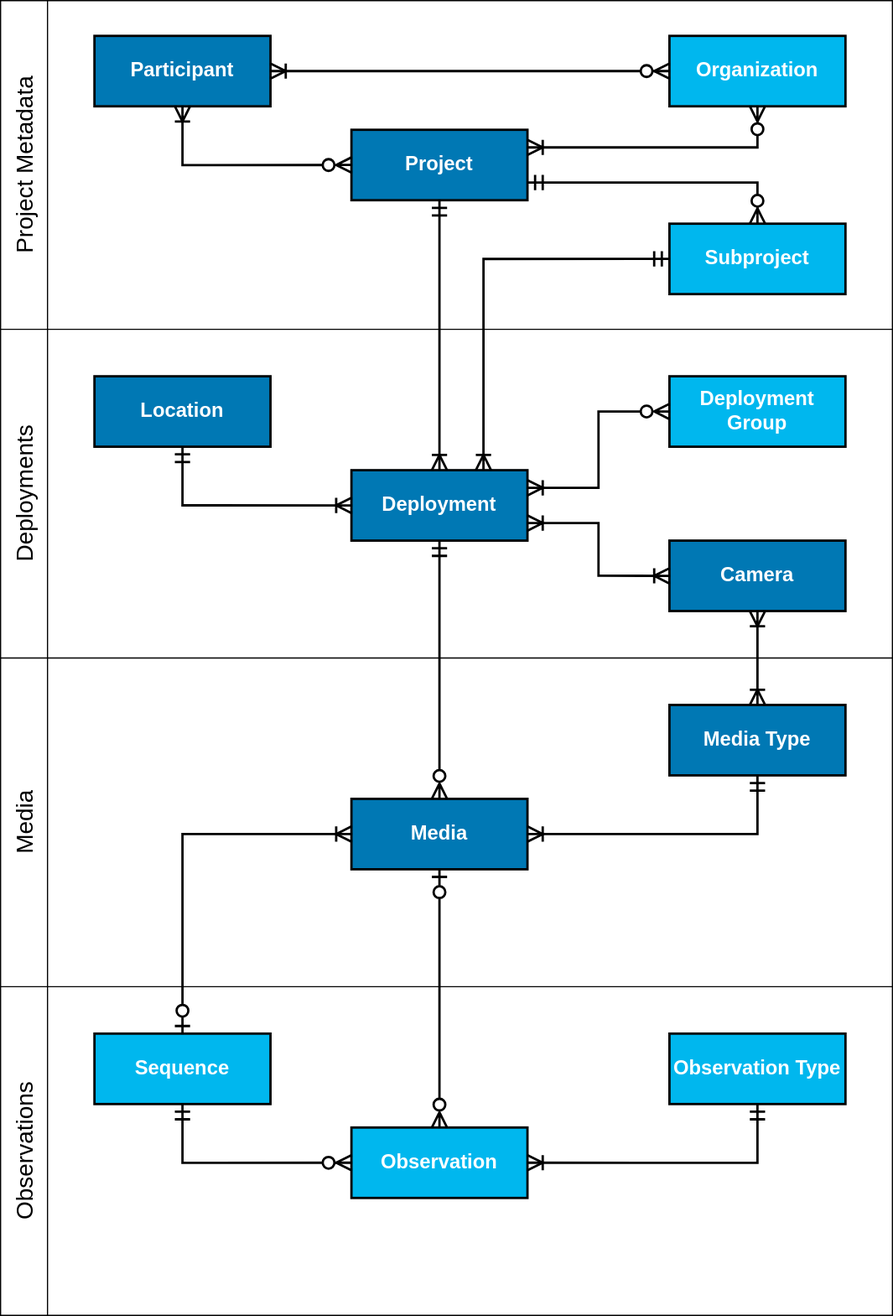
The draw.io diagram img/web/class-diagram.svg in gbif/doc-camera-trap-guide, before a commit. Source tidied: cells renumbered, new cells last; positions are measured from the earlier drawing's top-left corner, leaving out a move shared by most shapes. Its diagram source:
```xml
<mxGraphModel>
  <root>
    <mxCell id="0" />
    <mxCell id="1" parent="0" />
    <mxCell id="2" style="shape=table;startSize=0;fillColor=none;" parent="1" vertex="1">
      <mxGeometry width="760" height="1120" as="geometry" />
    </mxCell>
    <mxCell id="3" style="shape=tableRow;horizontal=0;startSize=0;swimlaneHead=0;swimlaneBody=0;strokeColor=inherit;top=0;left=0;bottom=0;right=0;fillColor=none;" parent="2" vertex="1">
      <mxGeometry width="760" height="280" as="geometry" />
    </mxCell>
    <mxCell id="4" value="Project Metadata" style="shape=partialRectangle;html=1;whiteSpace=wrap;strokeColor=inherit;overflow=hidden;fillColor=none;top=0;left=0;bottom=0;right=0;horizontal=0;fontSize=20;" parent="3" vertex="1">
      <mxGeometry width="40" height="280" as="geometry" />
    </mxCell>
    <mxCell id="5" style="shape=partialRectangle;html=1;whiteSpace=wrap;strokeColor=inherit;overflow=hidden;fillColor=none;top=0;left=0;bottom=0;right=0;" parent="3" vertex="1">
      <mxGeometry x="40" width="720" height="280" as="geometry" />
    </mxCell>
    <mxCell id="6" style="shape=tableRow;horizontal=0;startSize=0;swimlaneHead=0;swimlaneBody=0;strokeColor=inherit;top=0;left=0;bottom=0;right=0;fillColor=none;" parent="2" vertex="1">
      <mxGeometry y="280" width="760" height="280" as="geometry" />
    </mxCell>
    <mxCell id="7" value="Deployments" style="shape=partialRectangle;html=1;whiteSpace=wrap;strokeColor=inherit;overflow=hidden;fillColor=none;top=0;left=0;bottom=0;right=0;horizontal=0;fontSize=20;" parent="6" vertex="1">
      <mxGeometry width="40" height="280" as="geometry" />
    </mxCell>
    <mxCell id="8" style="shape=partialRectangle;html=1;whiteSpace=wrap;strokeColor=inherit;overflow=hidden;fillColor=none;top=0;left=0;bottom=0;right=0;" parent="6" vertex="1">
      <mxGeometry x="40" width="720" height="280" as="geometry" />
    </mxCell>
    <mxCell id="9" style="shape=tableRow;horizontal=0;startSize=0;swimlaneHead=0;swimlaneBody=0;strokeColor=inherit;top=0;left=0;bottom=0;right=0;fillColor=none;" parent="2" vertex="1">
      <mxGeometry y="560" width="760" height="280" as="geometry" />
    </mxCell>
    <mxCell id="10" value="Media" style="shape=partialRectangle;html=1;whiteSpace=wrap;strokeColor=inherit;overflow=hidden;fillColor=none;top=0;left=0;bottom=0;right=0;horizontal=0;fontSize=20;" parent="9" vertex="1">
      <mxGeometry width="40" height="280" as="geometry" />
    </mxCell>
    <mxCell id="11" style="shape=partialRectangle;html=1;whiteSpace=wrap;strokeColor=inherit;overflow=hidden;fillColor=none;top=0;left=0;bottom=0;right=0;" parent="9" vertex="1">
      <mxGeometry x="40" width="720" height="280" as="geometry" />
    </mxCell>
    <mxCell id="12" style="shape=tableRow;horizontal=0;startSize=0;swimlaneHead=0;swimlaneBody=0;strokeColor=inherit;top=0;left=0;bottom=0;right=0;fillColor=none;" parent="2" vertex="1">
      <mxGeometry y="840" width="760" height="280" as="geometry" />
    </mxCell>
    <mxCell id="13" value="Observations" style="shape=partialRectangle;html=1;whiteSpace=wrap;strokeColor=inherit;overflow=hidden;fillColor=none;top=0;left=0;bottom=0;right=0;horizontal=0;fontSize=20;" parent="12" vertex="1">
      <mxGeometry width="40" height="280" as="geometry" />
    </mxCell>
    <mxCell id="14" style="shape=partialRectangle;html=1;whiteSpace=wrap;strokeColor=inherit;overflow=hidden;fillColor=none;top=0;left=0;bottom=0;right=0;" parent="12" vertex="1">
      <mxGeometry x="40" width="720" height="280" as="geometry" />
    </mxCell>
    <mxCell id="15" value="Participant" style="whiteSpace=wrap;html=1;align=center;fillColor=#0078B4;fontColor=#FFFFFF;fontStyle=1;fontSize=17;perimeterSpacing=0;strokeWidth=2;" parent="1" vertex="1">
      <mxGeometry x="80" y="30" width="150" height="60" as="geometry" />
    </mxCell>
    <mxCell id="16" value="Project" style="whiteSpace=wrap;html=1;align=center;fillColor=#0078B4;fontColor=#FFFFFF;fontStyle=1;fontSize=17;perimeterSpacing=0;strokeWidth=2;" parent="1" vertex="1">
      <mxGeometry x="299" y="110" width="150" height="60" as="geometry" />
    </mxCell>
    <mxCell id="17" value="Organization" style="whiteSpace=wrap;html=1;align=center;fillColor=#00B7EE;fontColor=#FFFFFF;fontStyle=1;fontSize=17;perimeterSpacing=0;strokeWidth=2;" parent="1" vertex="1">
      <mxGeometry x="570" y="30" width="150" height="60" as="geometry" />
    </mxCell>
    <mxCell id="18" value="Subproject" style="whiteSpace=wrap;html=1;align=center;fillColor=#00B7EE;fontColor=#FFFFFF;fontStyle=1;fontSize=17;perimeterSpacing=0;strokeWidth=2;" parent="1" vertex="1">
      <mxGeometry x="570" y="190" width="150" height="60" as="geometry" />
    </mxCell>
    <mxCell id="19" value="Location" style="whiteSpace=wrap;html=1;align=center;fillColor=#0078B4;fontColor=#FFFFFF;fontStyle=1;fontSize=17;perimeter=ellipsePerimeter;strokeWidth=2;" parent="1" vertex="1">
      <mxGeometry x="80" y="320" width="150" height="60" as="geometry" />
    </mxCell>
    <mxCell id="20" value="Deployment" style="whiteSpace=wrap;html=1;align=center;fillColor=#0078B4;fontColor=#FFFFFF;fontStyle=1;fontSize=17;rounded=0;perimeter=rectanglePerimeter;strokeWidth=2;" parent="1" vertex="1">
      <mxGeometry x="299" y="400" width="150" height="60" as="geometry" />
    </mxCell>
    <mxCell id="21" value="Deployment Group" style="whiteSpace=wrap;html=1;align=center;fillColor=#00B7EE;fontColor=#FFFFFF;fontStyle=1;fontSize=17;perimeter=ellipsePerimeter;strokeWidth=2;" parent="1" vertex="1">
      <mxGeometry x="570" y="320" width="150" height="60" as="geometry" />
    </mxCell>
    <mxCell id="22" value="Camera" style="whiteSpace=wrap;html=1;align=center;fillColor=#0078B4;fontColor=#FFFFFF;fontStyle=1;fontSize=17;perimeter=ellipsePerimeter;strokeWidth=2;" parent="1" vertex="1">
      <mxGeometry x="570" y="460" width="150" height="60" as="geometry" />
    </mxCell>
    <mxCell id="23" value="Media Type" style="whiteSpace=wrap;html=1;align=center;fillColor=#0078B4;fontColor=#FFFFFF;fontStyle=1;fontSize=17;strokeWidth=2;" parent="1" vertex="1">
      <mxGeometry x="570" y="600" width="150" height="60" as="geometry" />
    </mxCell>
    <mxCell id="24" value="Media" style="whiteSpace=wrap;html=1;align=center;fillColor=#0078B4;fontColor=#FFFFFF;fontStyle=1;fontSize=17;strokeWidth=2;" parent="1" vertex="1">
      <mxGeometry x="299" y="680" width="150" height="60" as="geometry" />
    </mxCell>
    <mxCell id="25" value="Observation Type" style="whiteSpace=wrap;html=1;align=center;fillColor=#00B7EE;fontColor=#FFFFFF;fontStyle=1;fontSize=17;strokeWidth=2;" parent="1" vertex="1">
      <mxGeometry x="570" y="880" width="150" height="60" as="geometry" />
    </mxCell>
    <mxCell id="26" value="Observation" style="whiteSpace=wrap;html=1;align=center;fillColor=#00B7EE;fontColor=#FFFFFF;fontStyle=1;fontSize=17;strokeWidth=2;" parent="1" vertex="1">
      <mxGeometry x="299" y="960" width="150" height="60" as="geometry" />
    </mxCell>
    <mxCell id="27" value="Sequence" style="whiteSpace=wrap;html=1;align=center;fillColor=#00B7EE;fontColor=#FFFFFF;fontStyle=1;fontSize=17;strokeWidth=2;" parent="1" vertex="1">
      <mxGeometry x="80" y="880" width="150" height="60" as="geometry" />
    </mxCell>
    <mxCell id="28" style="edgeStyle=orthogonalEdgeStyle;fontSize=12;html=1;endArrow=ERzeroToMany;endFill=1;rounded=0;entryX=0;entryY=0.5;entryDx=0;entryDy=0;exitX=1;exitY=0.5;exitDx=0;exitDy=0;startArrow=ERoneToMany;startFill=0;endSize=10;targetPerimeterSpacing=0;startSize=10;strokeWidth=2;" parent="1" edge="1" source="15" target="17">
      <mxGeometry relative="1" as="geometry" />
    </mxCell>
    <mxCell id="29" style="fontSize=12;html=1;endArrow=ERzeroToMany;endFill=1;rounded=0;entryX=0.5;entryY=1;entryDx=0;entryDy=0;startArrow=ERoneToMany;startFill=0;endSize=10;startSize=10;strokeWidth=2;edgeStyle=orthogonalEdgeStyle;exitX=1;exitY=0.25;exitDx=0;exitDy=0;" parent="1" edge="1" source="16" target="17">
      <mxGeometry relative="1" as="geometry" />
    </mxCell>
    <mxCell id="30" style="edgeStyle=orthogonalEdgeStyle;fontSize=12;html=1;endArrow=ERzeroToMany;endFill=1;rounded=0;exitX=1;exitY=0.75;exitDx=0;exitDy=0;entryX=0.5;entryY=0;entryDx=0;entryDy=0;endSize=10;startSize=10;strokeWidth=2;startArrow=ERmandOne;startFill=0;" parent="1" edge="1" source="16" target="18">
      <mxGeometry relative="1" as="geometry" />
    </mxCell>
    <mxCell id="31" style="edgeStyle=orthogonalEdgeStyle;fontSize=12;html=1;endArrow=ERoneToMany;rounded=0;exitX=0;exitY=0.5;exitDx=0;exitDy=0;entryX=0.5;entryY=1;entryDx=0;entryDy=0;endSize=10;startSize=10;strokeWidth=2;startArrow=ERzeroToMany;startFill=0;" parent="1" edge="1" source="16" target="15">
      <mxGeometry relative="1" as="geometry" />
    </mxCell>
    <mxCell id="32" style="edgeStyle=orthogonalEdgeStyle;fontSize=12;html=1;endArrow=ERoneToMany;endFill=0;rounded=0;exitX=0.5;exitY=1;exitDx=0;exitDy=0;entryX=0.5;entryY=0;entryDx=0;entryDy=0;endSize=10;startSize=10;strokeWidth=2;startArrow=ERmandOne;startFill=0;" parent="1" edge="1" source="16" target="20">
      <mxGeometry relative="1" as="geometry" />
    </mxCell>
    <mxCell id="33" style="edgeStyle=orthogonalEdgeStyle;fontSize=12;html=1;endArrow=ERoneToMany;rounded=0;exitX=0;exitY=0.5;exitDx=0;exitDy=0;entryX=1;entryY=0.25;entryDx=0;entryDy=0;endSize=10;startSize=10;strokeWidth=2;startArrow=ERzeroToMany;startFill=0;" parent="1" edge="1" source="21" target="20">
      <mxGeometry relative="1" as="geometry" />
    </mxCell>
    <mxCell id="34" style="edgeStyle=orthogonalEdgeStyle;fontSize=12;html=1;endArrow=ERoneToMany;endFill=0;rounded=0;exitX=0.5;exitY=1;exitDx=0;exitDy=0;entryX=0;entryY=0.5;entryDx=0;entryDy=0;endSize=10;startSize=10;strokeWidth=2;startArrow=ERmandOne;startFill=0;" parent="1" edge="1" source="19" target="20">
      <mxGeometry relative="1" as="geometry" />
    </mxCell>
    <mxCell id="35" style="edgeStyle=orthogonalEdgeStyle;fontSize=12;html=1;endArrow=ERoneToMany;endFill=0;rounded=0;exitX=0;exitY=0.5;exitDx=0;exitDy=0;entryX=0.75;entryY=0;entryDx=0;entryDy=0;endSize=10;startSize=10;strokeWidth=2;startArrow=ERmandOne;startFill=0;" parent="1" edge="1" source="18" target="20">
      <mxGeometry relative="1" as="geometry" />
    </mxCell>
    <mxCell id="36" style="edgeStyle=orthogonalEdgeStyle;fontSize=12;html=1;endArrow=ERoneToMany;endFill=0;rounded=0;exitX=1;exitY=0.75;exitDx=0;exitDy=0;entryX=0;entryY=0.5;entryDx=0;entryDy=0;endSize=10;startSize=10;strokeWidth=2;startArrow=ERoneToMany;startFill=0;" parent="1" edge="1" source="20" target="22">
      <mxGeometry relative="1" as="geometry" />
    </mxCell>
    <mxCell id="37" style="edgeStyle=orthogonalEdgeStyle;fontSize=12;html=1;endArrow=ERmandOne;rounded=0;exitX=0.5;exitY=0;exitDx=0;exitDy=0;entryX=0.5;entryY=1;entryDx=0;entryDy=0;endSize=10;startSize=10;strokeWidth=2;startArrow=ERzeroToMany;startFill=0;endFill=0;" parent="1" edge="1" source="24" target="20">
      <mxGeometry relative="1" as="geometry" />
    </mxCell>
    <mxCell id="38" style="edgeStyle=orthogonalEdgeStyle;fontSize=12;html=1;endArrow=ERoneToMany;endFill=0;rounded=0;exitX=0.5;exitY=1;exitDx=0;exitDy=0;entryX=0.5;entryY=0;entryDx=0;entryDy=0;endSize=10;startSize=10;strokeWidth=2;startArrow=ERoneToMany;startFill=0;" parent="1" edge="1" source="22" target="23">
      <mxGeometry relative="1" as="geometry" />
    </mxCell>
    <mxCell id="39" style="edgeStyle=orthogonalEdgeStyle;fontSize=12;html=1;endArrow=ERmandOne;endFill=0;rounded=0;exitX=1;exitY=0.5;exitDx=0;exitDy=0;entryX=0.5;entryY=1;entryDx=0;entryDy=0;endSize=10;startSize=10;strokeWidth=2;startArrow=ERoneToMany;startFill=0;" parent="1" edge="1" source="24" target="23">
      <mxGeometry relative="1" as="geometry" />
    </mxCell>
    <mxCell id="40" style="edgeStyle=orthogonalEdgeStyle;fontSize=12;html=1;endArrow=ERzeroToOne;rounded=0;exitX=0.5;exitY=0;exitDx=0;exitDy=0;entryX=0.5;entryY=1;entryDx=0;entryDy=0;endSize=10;startSize=10;strokeWidth=2;startArrow=ERzeroToMany;startFill=0;endFill=0;" parent="1" edge="1" source="26" target="24">
      <mxGeometry relative="1" as="geometry" />
    </mxCell>
    <mxCell id="41" style="edgeStyle=orthogonalEdgeStyle;fontSize=12;html=1;endArrow=ERzeroToOne;endFill=0;rounded=0;exitX=0;exitY=0.5;exitDx=0;exitDy=0;entryX=0.5;entryY=0;entryDx=0;entryDy=0;endSize=10;startSize=10;strokeWidth=2;startArrow=ERoneToMany;startFill=0;" parent="1" edge="1" source="24" target="27">
      <mxGeometry relative="1" as="geometry" />
    </mxCell>
    <mxCell id="42" style="edgeStyle=orthogonalEdgeStyle;fontSize=12;html=1;endArrow=ERzeroToMany;endFill=1;rounded=0;exitX=0.5;exitY=1;exitDx=0;exitDy=0;entryX=0;entryY=0.5;entryDx=0;entryDy=0;endSize=10;startSize=10;strokeWidth=2;startArrow=ERmandOne;startFill=0;" parent="1" edge="1" source="27" target="26">
      <mxGeometry relative="1" as="geometry" />
    </mxCell>
    <mxCell id="43" style="edgeStyle=orthogonalEdgeStyle;fontSize=12;html=1;endArrow=ERoneToMany;endFill=0;rounded=0;exitX=0.5;exitY=1;exitDx=0;exitDy=0;entryX=1;entryY=0.5;entryDx=0;entryDy=0;endSize=10;startSize=10;strokeWidth=2;startArrow=ERmandOne;startFill=0;" parent="1" edge="1" source="25" target="26">
      <mxGeometry relative="1" as="geometry" />
    </mxCell>
  </root>
</mxGraphModel>
```
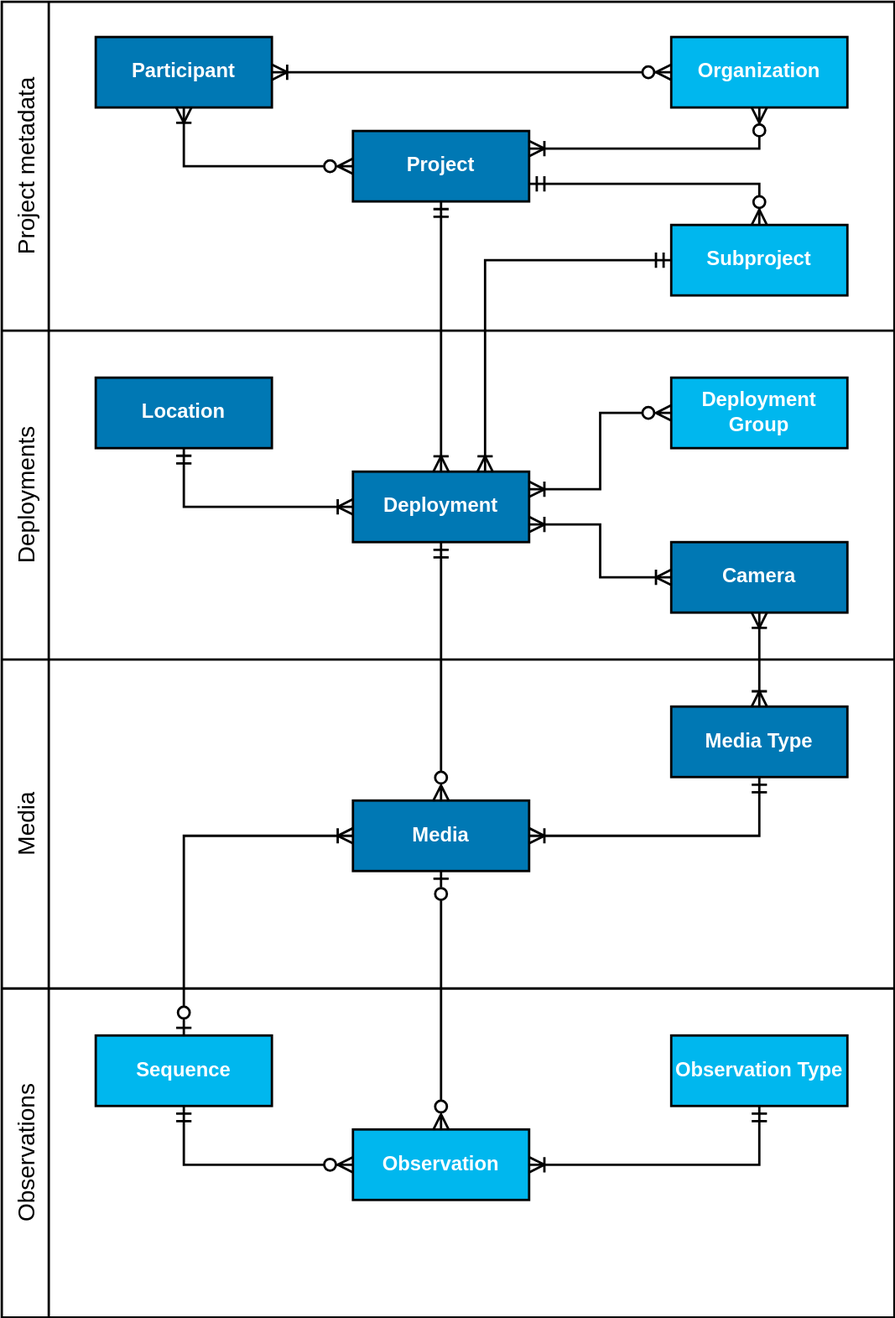
Above is the later version.

What changed in the source:
```diff
@@ -2,13 +2,13 @@
   <root>
     <mxCell id="0" />
     <mxCell id="1" parent="0" />
-    <mxCell id="2" style="shape=table;startSize=0;fillColor=none;" parent="1" vertex="1">
+    <mxCell id="2" style="shape=table;startSize=0;fillColor=none;strokeWidth=2;" parent="1" vertex="1">
       <mxGeometry width="760" height="1120" as="geometry" />
     </mxCell>
     <mxCell id="3" style="shape=tableRow;horizontal=0;startSize=0;swimlaneHead=0;swimlaneBody=0;strokeColor=inherit;top=0;left=0;bottom=0;right=0;fillColor=none;" parent="2" vertex="1">
       <mxGeometry width="760" height="280" as="geometry" />
     </mxCell>
-    <mxCell id="4" value="Project Metadata" style="shape=partialRectangle;html=1;whiteSpace=wrap;strokeColor=inherit;overflow=hidden;fillColor=none;top=0;left=0;bottom=0;right=0;horizontal=0;fontSize=20;" parent="3" vertex="1">
+    <mxCell id="4" value="Project metadata" style="shape=partialRectangle;html=1;whiteSpace=wrap;strokeColor=inherit;overflow=hidden;fillColor=none;top=0;left=0;bottom=0;right=0;horizontal=0;fontSize=20;" parent="3" vertex="1">
       <mxGeometry width="40" height="280" as="geometry" />
     </mxCell>
     <mxCell id="5" style="shape=partialRectangle;html=1;whiteSpace=wrap;strokeColor=inherit;overflow=hidden;fillColor=none;top=0;left=0;bottom=0;right=0;" parent="3" vertex="1">
```
